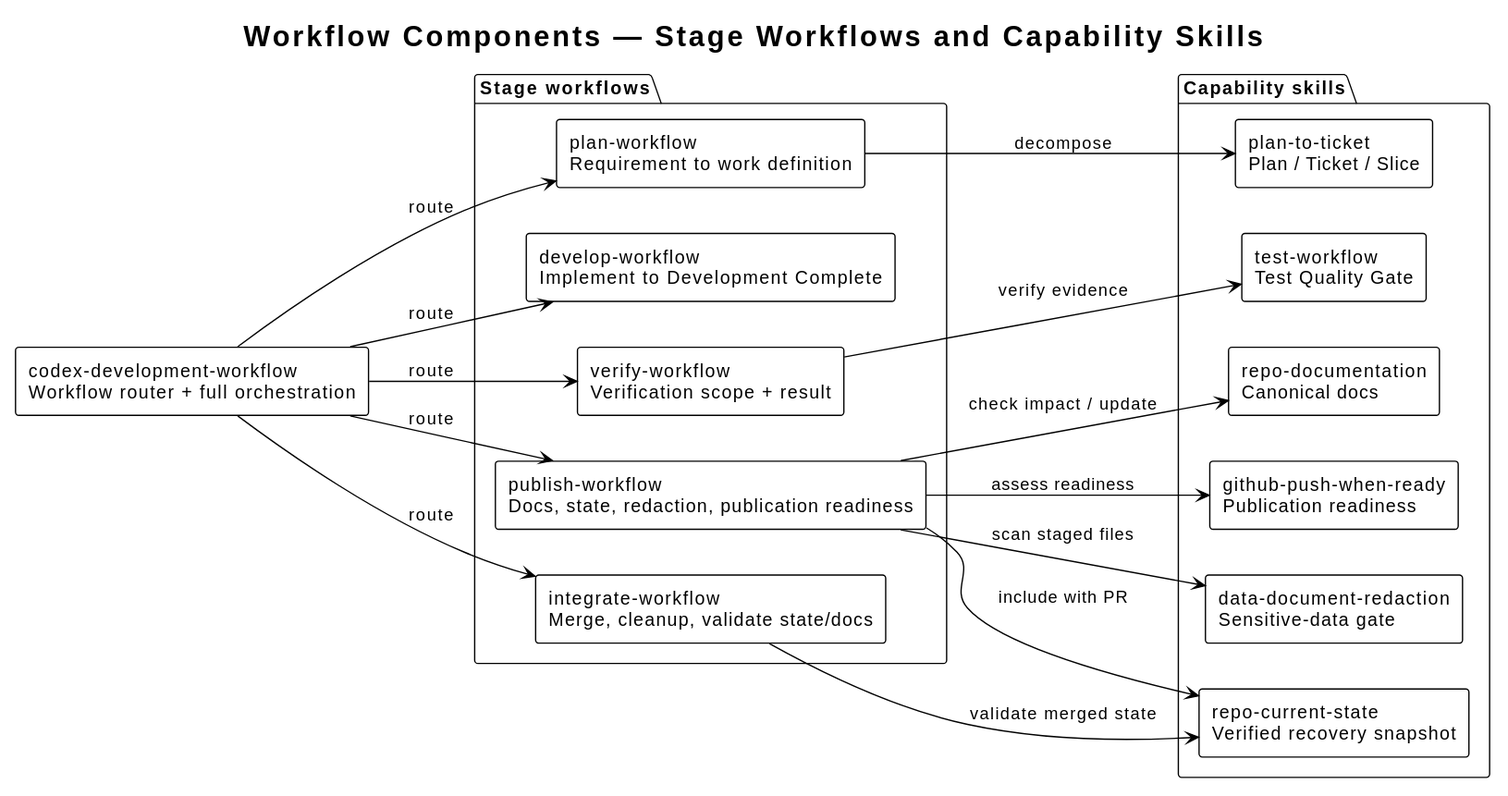
Earlier version of the PlantUML export docs/diagrams/components-overview.svg (i-zrhe2016/codex-development-workflow).
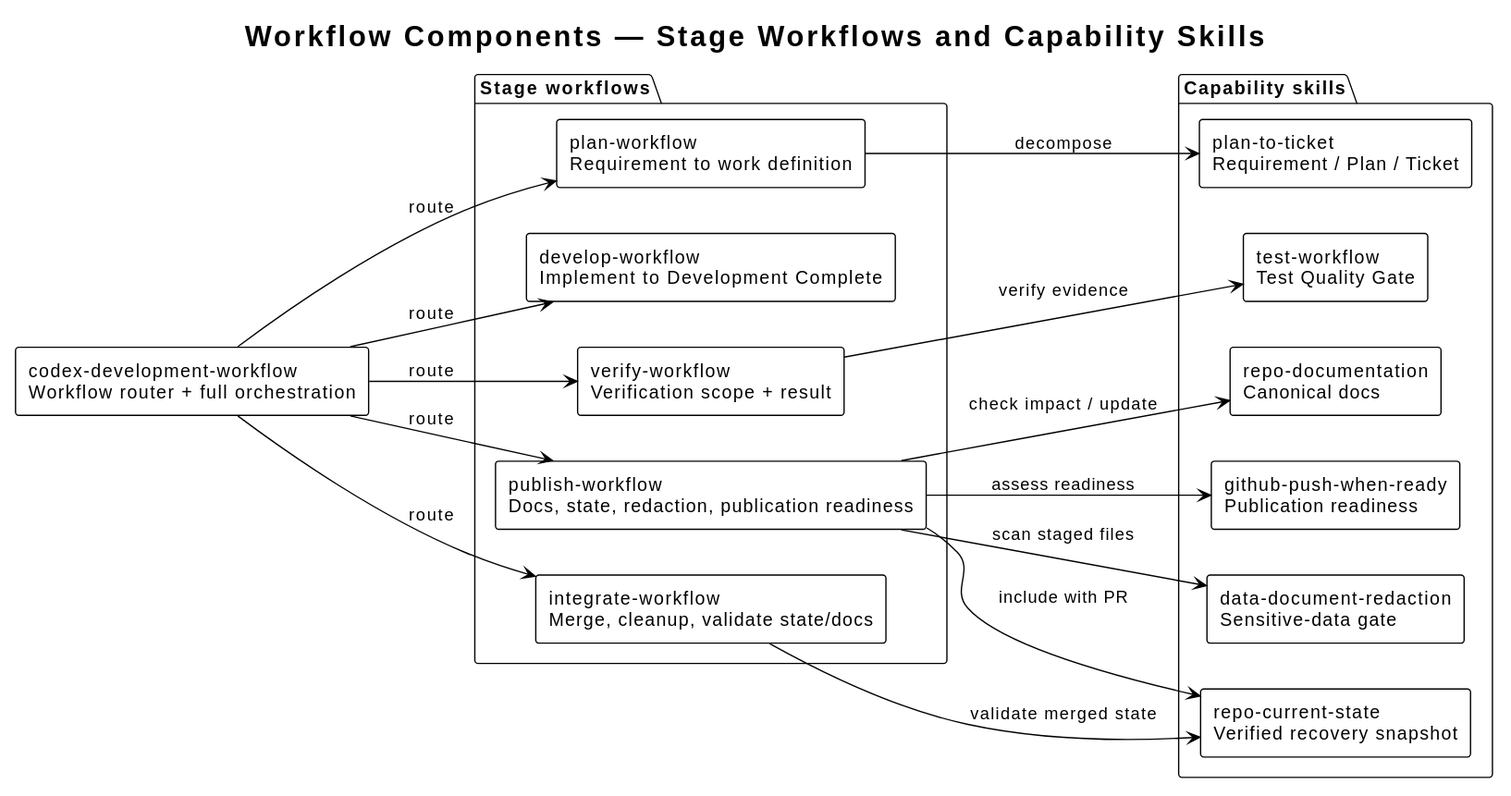
Later version of the same file.

Diff of the diagram source:
```diff
@@ -18,7 +18,7 @@
 }
 
 package "Capability skills" {
-  component "plan-to-ticket\nPlan / Ticket / Slice" as planning
+  component "plan-to-ticket\nRequirement / Plan / Ticket" as planning
   component "test-workflow\nTest Quality Gate" as testing
   component "repo-documentation\nCanonical docs" as documentation
   component "github-push-when-ready\nPublication readiness" as publication
```
